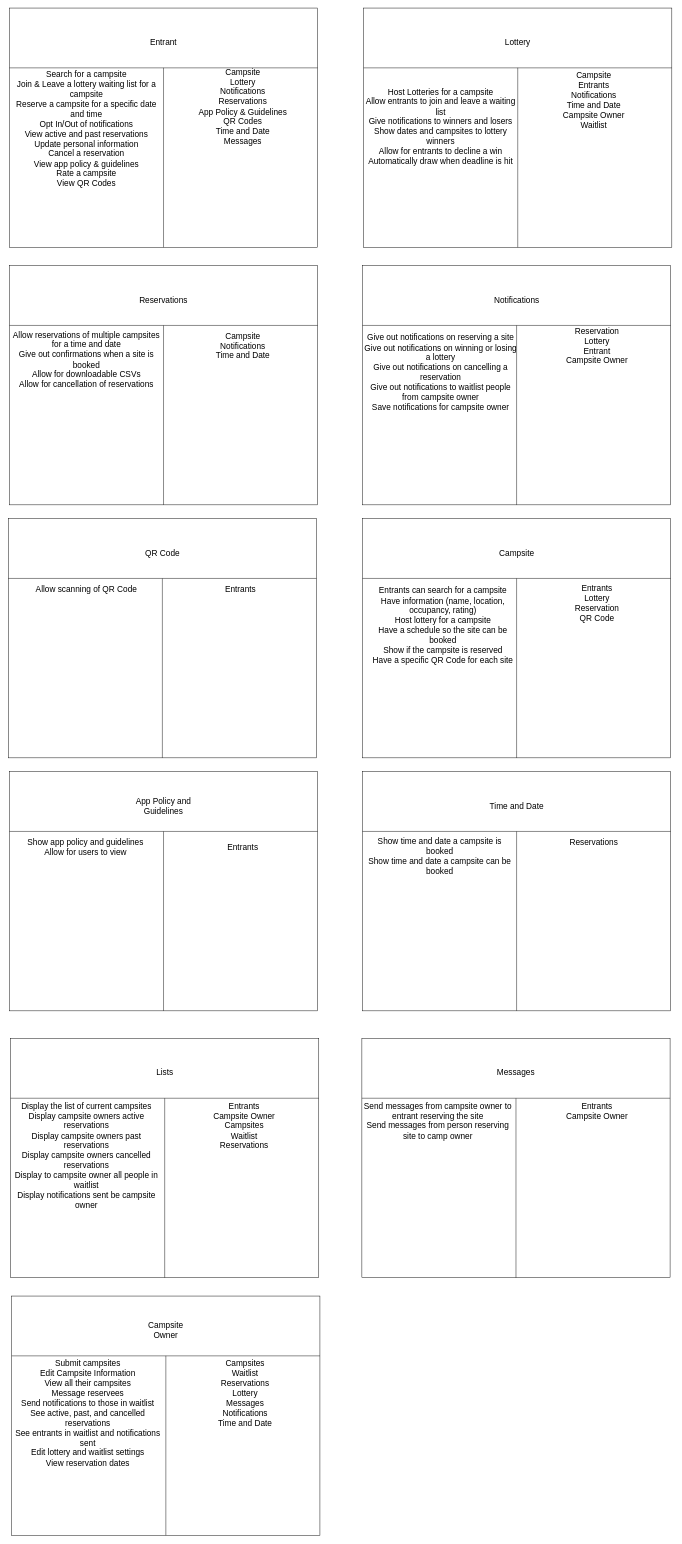
CMPUT301-fidget-Lab4/CMPUT301F26fidget keeps this draw.io diagram as CRC.drawio. Above is the earlier version. Source tidied: cells renumbered, new cells numbered last; positions are measured from the earlier drawing's top-left corner, leaving out a move shared by most shapes. Both pictures are drawn from the tidied source at 46%, with x=0, y=0 at pixel (8, 8).
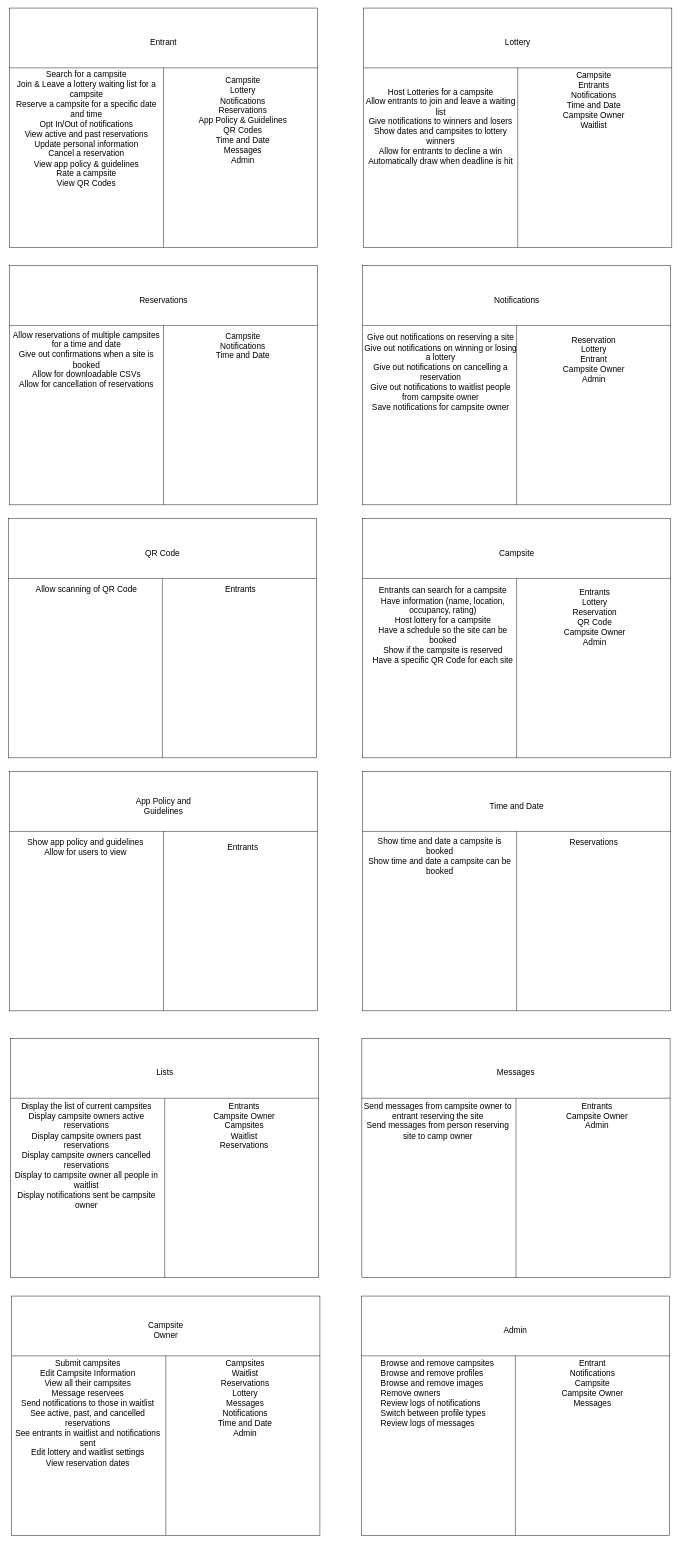
The same page after the edit.

Commit message:
added admin to crc

Change to the diagram source:
```diff
@@
-    <mxCell id="7" value="&lt;div&gt;Campsite&lt;/div&gt;&lt;div&gt;Lottery&lt;/div&gt;&lt;div&gt;Notifications&lt;/div&gt;&lt;div&gt;Reservations&lt;/div&gt;&lt;div&gt;App Policy &amp;amp; Guidelines&lt;/div&gt;&lt;div&gt;QR Codes&lt;/div&gt;&lt;div&gt;Time and Date&lt;/div&gt;&lt;div&gt;Messages&lt;/div&gt;" style="text;html=1;whiteSpace=wrap;strokeColor=none;fillColor=none;align=center;verticalAlign=middle;rounded=0;fontSize=18;" parent="1" vertex="1">
-      <mxGeometry x="342" y="180" width="335" height="70" as="geometry" />
+    <mxCell id="7" value="&lt;div&gt;Campsite&lt;/div&gt;&lt;div&gt;Lottery&lt;/div&gt;&lt;div&gt;Notifications&lt;/div&gt;&lt;div&gt;Reservations&lt;/div&gt;&lt;div&gt;App Policy &amp;amp; Guidelines&lt;/div&gt;&lt;div&gt;QR Codes&lt;/div&gt;&lt;div&gt;Time and Date&lt;/div&gt;&lt;div&gt;Messages&lt;/div&gt;&lt;div&gt;Admin&lt;/div&gt;" style="text;html=1;whiteSpace=wrap;strokeColor=none;fillColor=none;align=center;verticalAlign=middle;rounded=0;fontSize=18;" parent="1" vertex="1">
+      <mxGeometry x="342" y="210" width="335" height="70" as="geometry" />
     </mxCell>
@@
-    <mxCell id="25" value="&lt;div&gt;Reservation&lt;/div&gt;&lt;div&gt;Lottery&lt;/div&gt;&lt;div&gt;Entrant&lt;/div&gt;&lt;div&gt;Campsite Owner&lt;/div&gt;" style="text;html=1;whiteSpace=wrap;strokeColor=none;fillColor=none;align=center;verticalAlign=middle;rounded=0;fontSize=18;" parent="1" vertex="1">
-      <mxGeometry x="1112" y="700" width="335" height="70" as="geometry" />
+    <mxCell id="25" value="&lt;div&gt;Reservation&lt;/div&gt;&lt;div&gt;Lottery&lt;/div&gt;&lt;div&gt;Entrant&lt;/div&gt;&lt;div&gt;Campsite Owner&lt;br&gt;Admin&lt;/div&gt;" style="text;html=1;whiteSpace=wrap;strokeColor=none;fillColor=none;align=center;verticalAlign=middle;rounded=0;fontSize=18;" parent="1" vertex="1">
+      <mxGeometry x="1104.5" y="730" width="335" height="70" as="geometry" />
     </mxCell>
@@
-    <mxCell id="37" value="&lt;div&gt;Entrants&lt;/div&gt;&lt;div&gt;Lottery&lt;/div&gt;&lt;div&gt;Reservation&lt;/div&gt;&lt;div&gt;QR Code&lt;/div&gt;" style="text;html=1;whiteSpace=wrap;strokeColor=none;fillColor=none;align=center;verticalAlign=middle;rounded=0;fontSize=18;" parent="1" vertex="1">
-      <mxGeometry x="1112" y="1260" width="335" height="70" as="geometry" />
+    <mxCell id="37" value="&lt;div&gt;Entrants&lt;/div&gt;&lt;div&gt;Lottery&lt;/div&gt;&lt;div&gt;Reservation&lt;/div&gt;&lt;div&gt;QR Code&lt;/div&gt;&lt;div&gt;Campsite Owner&lt;br&gt;Admin&lt;/div&gt;" style="text;html=1;whiteSpace=wrap;strokeColor=none;fillColor=none;align=center;verticalAlign=middle;rounded=0;fontSize=18;" parent="1" vertex="1">
+      <mxGeometry x="1107" y="1290" width="335" height="70" as="geometry" />
     </mxCell>
@@
-    <mxCell id="61" value="Entrants&lt;div&gt;Campsite Owner&lt;/div&gt;&lt;div&gt;&lt;br&gt;&lt;/div&gt;" style="text;html=1;whiteSpace=wrap;strokeColor=none;fillColor=none;align=center;verticalAlign=top;rounded=0;fontSize=18;" parent="1" vertex="1">
+    <mxCell id="61" value="Entrants&lt;div&gt;Campsite Owner&lt;/div&gt;&lt;div&gt;Admin&lt;/div&gt;" style="text;html=1;whiteSpace=wrap;strokeColor=none;fillColor=none;align=center;verticalAlign=top;rounded=0;fontSize=18;" parent="1" vertex="1">
       <mxGeometry x="1112" y="2370" width="335" height="370" as="geometry" />
     </mxCell>
@@
-    <mxCell id="67" value="&lt;div&gt;&lt;span style=&quot;background-color: transparent; color: light-dark(#000000, var(--ge-light-color, #ffffff));&quot;&gt;Campsites&lt;/span&gt;&lt;/div&gt;&lt;div&gt;Waitlist&lt;/div&gt;&lt;div&gt;Reservations&lt;/div&gt;&lt;div&gt;Lottery&lt;/div&gt;&lt;div&gt;Messages&lt;/div&gt;&lt;div&gt;Notifications&lt;/div&gt;&lt;div&gt;Time and Date&lt;/div&gt;" style="text;html=1;whiteSpace=wrap;strokeColor=none;fillColor=none;align=center;verticalAlign=top;rounded=0;fontSize=18;" parent="1" vertex="1">
+    <mxCell id="67" value="&lt;div&gt;&lt;span style=&quot;background-color: transparent; color: light-dark(#000000, var(--ge-light-color, #ffffff));&quot;&gt;Campsites&lt;/span&gt;&lt;/div&gt;&lt;div&gt;Waitlist&lt;/div&gt;&lt;div&gt;Reservations&lt;/div&gt;&lt;div&gt;Lottery&lt;/div&gt;&lt;div&gt;Messages&lt;/div&gt;&lt;div&gt;Notifications&lt;/div&gt;&lt;div&gt;Time and Date&lt;br&gt;Admin&lt;/div&gt;&lt;div&gt;&lt;br&gt;&lt;/div&gt;" style="text;html=1;whiteSpace=wrap;strokeColor=none;fillColor=none;align=center;verticalAlign=top;rounded=0;fontSize=18;" parent="1" vertex="1">
       <mxGeometry x="347" y="2930" width="335" height="330" as="geometry" />
     </mxCell>
+    <mxCell id="68" style="rounded=0;whiteSpace=wrap;html=1;" parent="1" vertex="1">
+      <mxGeometry x="767" y="2800" width="670" height="520" as="geometry" />
+    </mxCell>
+    <mxCell id="69" style="endArrow=none;html=1;rounded=0;defaultLabelBackgroundColor=gap;entryX=0.5;entryY=1;entryDx=0;entryDy=0;" parent="1" edge="1" target="68">
+      <mxGeometry relative="1" as="geometry">
+        <mxPoint x="1102" y="2930" as="sourcePoint" />
+      </mxGeometry>
+    </mxCell>
+    <mxCell id="70" style="endArrow=none;html=1;rounded=0;defaultLabelBackgroundColor=gap;entryX=1;entryY=0.25;entryDx=0;entryDy=0;" parent="1" edge="1" target="68">
+      <mxGeometry relative="1" as="geometry">
+        <mxPoint x="767" y="2930" as="sourcePoint" />
+      </mxGeometry>
+    </mxCell>
+    <mxCell id="71" value="Admin" style="text;html=1;whiteSpace=wrap;strokeColor=none;fillColor=none;align=center;verticalAlign=middle;rounded=0;fontSize=18;" parent="1" vertex="1">
+      <mxGeometry x="1037" y="2840" width="130" height="70" as="geometry" />
+    </mxCell>
+    <mxCell id="72" value="&lt;div style=&quot;text-align: left;&quot;&gt;Browse and remove campsites&lt;/div&gt;&lt;div style=&quot;text-align: left;&quot;&gt;Browse and remove profiles&lt;/div&gt;&lt;div style=&quot;text-align: left;&quot;&gt;Browse and remove images&lt;/div&gt;&lt;div style=&quot;text-align: left;&quot;&gt;Remove owners&lt;/div&gt;&lt;div style=&quot;text-align: left;&quot;&gt;Review logs of notifications&lt;/div&gt;&lt;div style=&quot;text-align: left;&quot;&gt;Switch between profile types&lt;/div&gt;&lt;div style=&quot;text-align: left;&quot;&gt;Review logs of messages&lt;/div&gt;" style="text;html=1;whiteSpace=wrap;strokeColor=none;fillColor=none;align=center;verticalAlign=top;rounded=0;fontSize=18;" parent="1" vertex="1">
+      <mxGeometry x="764.5" y="2930" width="335" height="390" as="geometry" />
+    </mxCell>
+    <mxCell id="73" value="Entrant&lt;div&gt;Notifications&lt;/div&gt;&lt;div&gt;Campsite&lt;br&gt;Campsite Owner&lt;/div&gt;&lt;div&gt;Messages&lt;/div&gt;" style="text;html=1;whiteSpace=wrap;strokeColor=none;fillColor=none;align=center;verticalAlign=top;rounded=0;fontSize=18;" parent="1" vertex="1">
+      <mxGeometry x="1102" y="2930" width="335" height="330" as="geometry" />
+    </mxCell>
```
